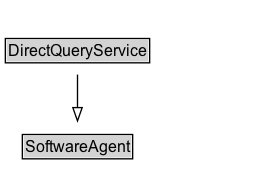
Above: docs/diagrams/DirectQueryService.dot.png in k-vaughn/ontology-import-prov (Graphviz), before the change. Its source is kept beside it as docs/diagrams/DirectQueryService.dot. Source of this version:
```dot
digraph {
	graph [overlap=false rankdir=TB splines=true]
	node [fontname=Arial fontsize=12 margin=0 shape=none]
	edge [fontname=Arial fontsize=11]
	DirectQueryService [label=<<TABLE BORDER="1" CELLBORDER="0" CELLSPACING="0" CELLPADDING="1"><TR><TD BGCOLOR="lightgray" ALIGN="CENTER">DirectQueryService</TD></TR></TABLE>> URL="../DirectQueryService" margin=0]
	{
		rank=max
	}
	subgraph cluster_associated {
		label="" style=invis
		Invis [label=<<TABLE BORDER="0" CELLBORDER="0" CELLSPACING="0" CELLPADDING="1"><TR><TD></TD></TR></TABLE>> margin=0 style=invis]
	}
	SoftwareAgent [label=<<TABLE BORDER="1" CELLBORDER="0" CELLSPACING="0" CELLPADDING="1"><TR><TD BGCOLOR="lightgray" ALIGN="CENTER">SoftwareAgent</TD></TR></TABLE>> URL="../SoftwareAgent" margin=0]
	DirectQueryService -> SoftwareAgent [arrowhead=onormal style=solid]
}
```
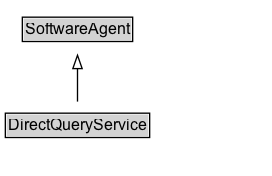
Above is the later version.

Change to the diagram source:
```diff
@@ -2,6 +2,10 @@
 	graph [overlap=false rankdir=TB splines=true]
 	node [fontname=Arial fontsize=12 margin=0 shape=none]
 	edge [fontname=Arial fontsize=11]
+	{
+		rank=source
+		SoftwareAgent [label=<<TABLE BORDER="1" CELLBORDER="0" CELLSPACING="0" CELLPADDING="1"><TR><TD BGCOLOR="lightgray" ALIGN="CENTER">SoftwareAgent</TD></TR></TABLE>> URL="../SoftwareAgent" margin=0]
+	}
 	DirectQueryService [label=<<TABLE BORDER="1" CELLBORDER="0" CELLSPACING="0" CELLPADDING="1"><TR><TD BGCOLOR="lightgray" ALIGN="CENTER">DirectQueryService</TD></TR></TABLE>> URL="../DirectQueryService" margin=0]
 	{
 		rank=max
@@ -10,6 +14,5 @@
 		label="" style=invis
 		Invis [label=<<TABLE BORDER="0" CELLBORDER="0" CELLSPACING="0" CELLPADDING="1"><TR><TD></TD></TR></TABLE>> margin=0 style=invis]
 	}
-	SoftwareAgent [label=<<TABLE BORDER="1" CELLBORDER="0" CELLSPACING="0" CELLPADDING="1"><TR><TD BGCOLOR="lightgray" ALIGN="CENTER">SoftwareAgent</TD></TR></TABLE>> URL="../SoftwareAgent" margin=0]
 	DirectQueryService -> SoftwareAgent [arrowhead=onormal style=solid]
 }
```
